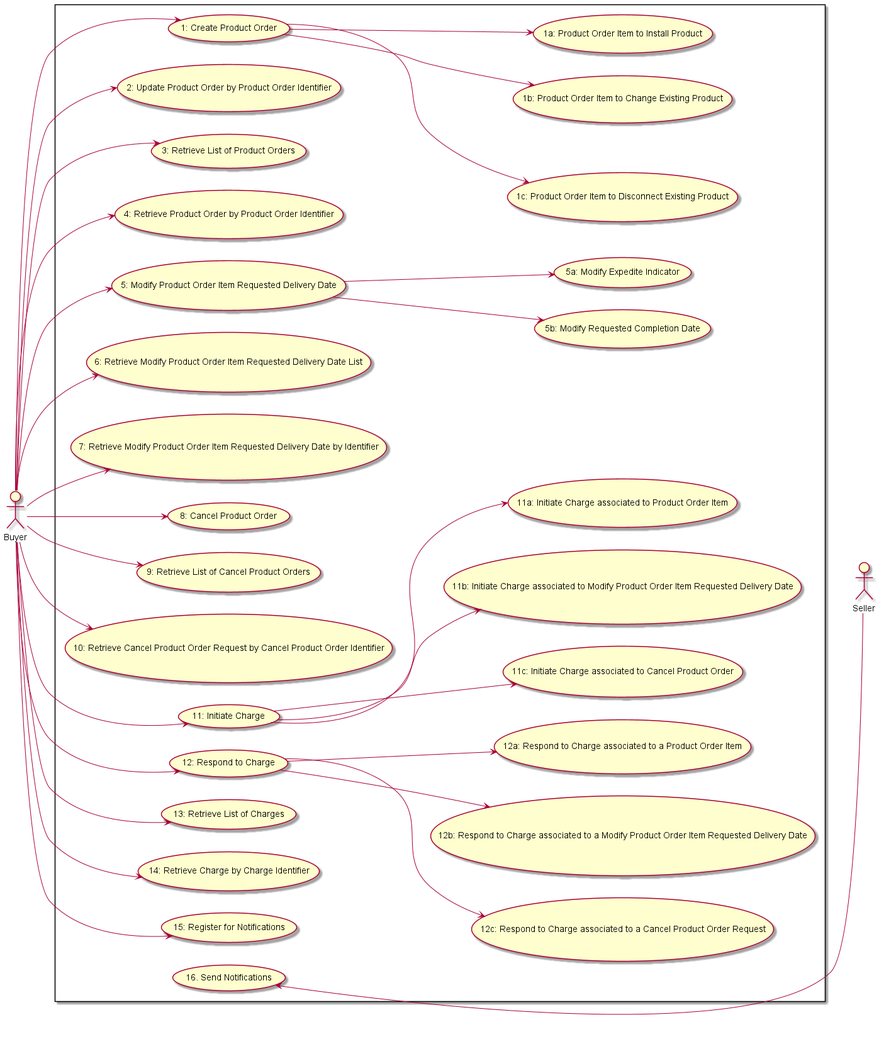
Earlier version of the PlantUML export documentation/productApi/order/media/useCases.png (MEF-GIT/MEF-LSO-Sonata-SDK). The source it was exported from:
```plantuml
@startuml

left to right direction
actor Seller
actor Buyer

rectangle {
Buyer --> (1: Create Product Order)
Buyer --> (2: Update Product Order by Product Order Identifier)
(1: Create Product Order) --> (1c: Product Order Item to Disconnect Existing Product)
(1: Create Product Order) --> (1b: Product Order Item to Change Existing Product)
(1: Create Product Order) --> (1a: Product Order Item to Install Product)

Buyer --> (3: Retrieve List of Product Orders)
Buyer --> (4: Retrieve Product Order by Product Order Identifier)
Buyer --> (5: Modify Product Order Item Requested Delivery Date)
(5: Modify Product Order Item Requested Delivery Date) --> (5b: Modify Requested Completion Date)
(5: Modify Product Order Item Requested Delivery Date) --> (5a: Modify Expedite Indicator)

Buyer --> (6: Retrieve Modify Product Order Item Requested Delivery Date List)
Buyer --> (7: Retrieve Modify Product Order Item Requested Delivery Date by Identifier)
Buyer --> (8: Cancel Product Order)
Buyer --> (9: Retrieve List of Cancel Product Orders)
Buyer --> (10: Retrieve Cancel Product Order Request by Cancel Product Order Identifier)
Buyer --> (11: Initiate Charge)

(11: Initiate Charge) --> (11c: Initiate Charge associated to Cancel Product Order)
(11: Initiate Charge) --> (11b: Initiate Charge associated to Modify Product Order Item Requested Delivery Date)
(11: Initiate Charge) --> (11a: Initiate Charge associated to Product Order Item)

Buyer --> (12: Respond to Charge)
(12: Respond to Charge) --> (12c: Respond to Charge associated to a Cancel Product Order Request)
(12: Respond to Charge) --> (12b: Respond to Charge associated to a Modify Product Order Item Requested Delivery Date)
(12: Respond to Charge) --> (12a: Respond to Charge associated to a Product Order Item)

Buyer --> (13: Retrieve List of Charges)
Buyer --> (14: Retrieve Charge by Charge Identifier)
Buyer --> (15: Register for Notifications)
(16. Send Notifications) <-- Seller

Seller -[hidden]up-> (1c: Product Order Item to Disconnect Existing Product)

}

@enduml
```
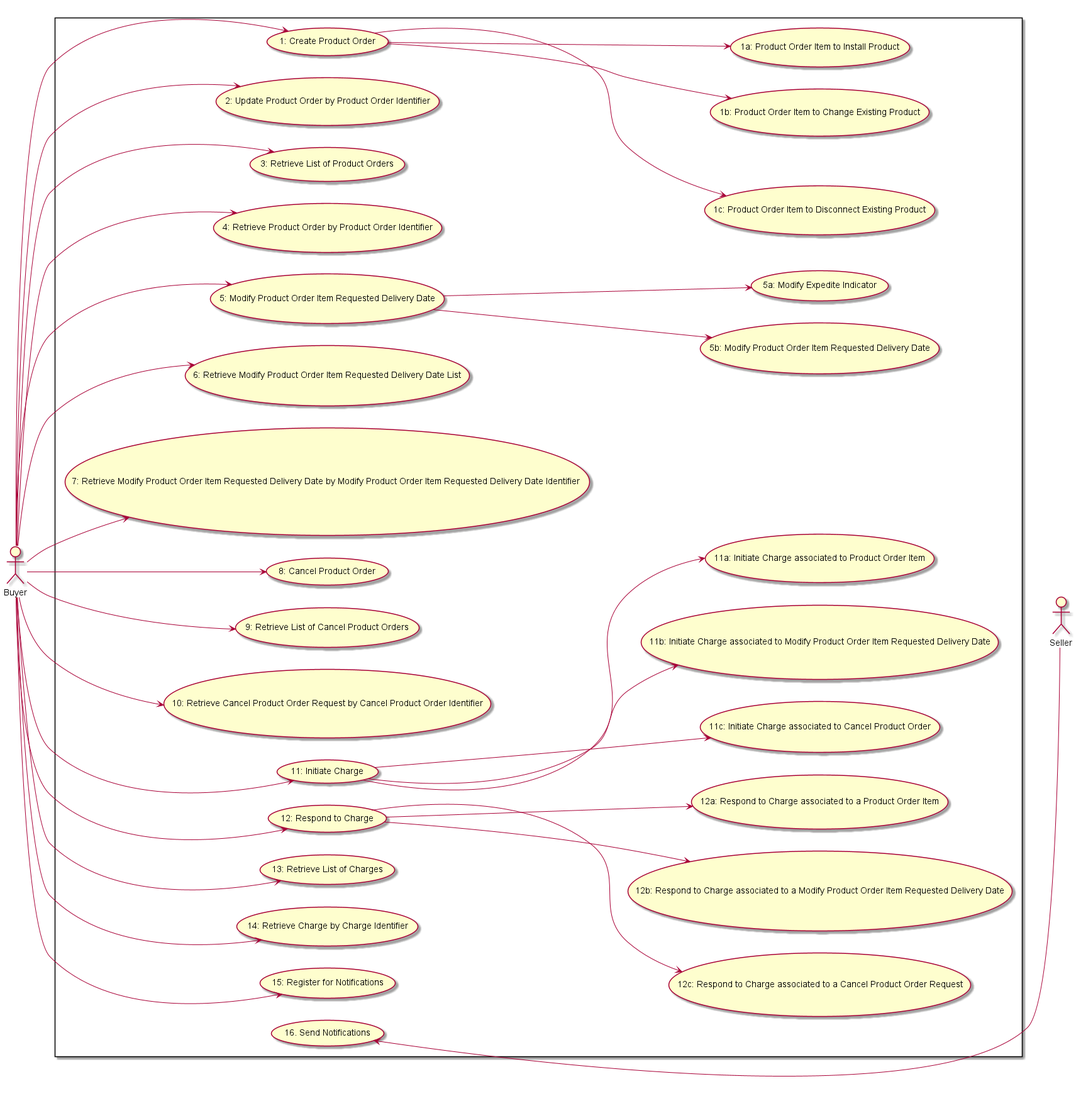
After the change.

Diff of the diagram source:
```diff
@@ -14,11 +14,11 @@
 Buyer --> (3: Retrieve List of Product Orders)
 Buyer --> (4: Retrieve Product Order by Product Order Identifier)
 Buyer --> (5: Modify Product Order Item Requested Delivery Date)
-(5: Modify Product Order Item Requested Delivery Date) --> (5b: Modify Requested Completion Date)
+(5: Modify Product Order Item Requested Delivery Date) --> (5b: Modify Product Order Item Requested Delivery Date)
 (5: Modify Product Order Item Requested Delivery Date) --> (5a: Modify Expedite Indicator)
 
 Buyer --> (6: Retrieve Modify Product Order Item Requested Delivery Date List)
-Buyer --> (7: Retrieve Modify Product Order Item Requested Delivery Date by Identifier)
+Buyer --> (7: Retrieve Modify Product Order Item Requested Delivery Date by Modify Product Order Item Requested Delivery Date Identifier )
 Buyer --> (8: Cancel Product Order)
 Buyer --> (9: Retrieve List of Cancel Product Orders)
 Buyer --> (10: Retrieve Cancel Product Order Request by Cancel Product Order Identifier)
```
